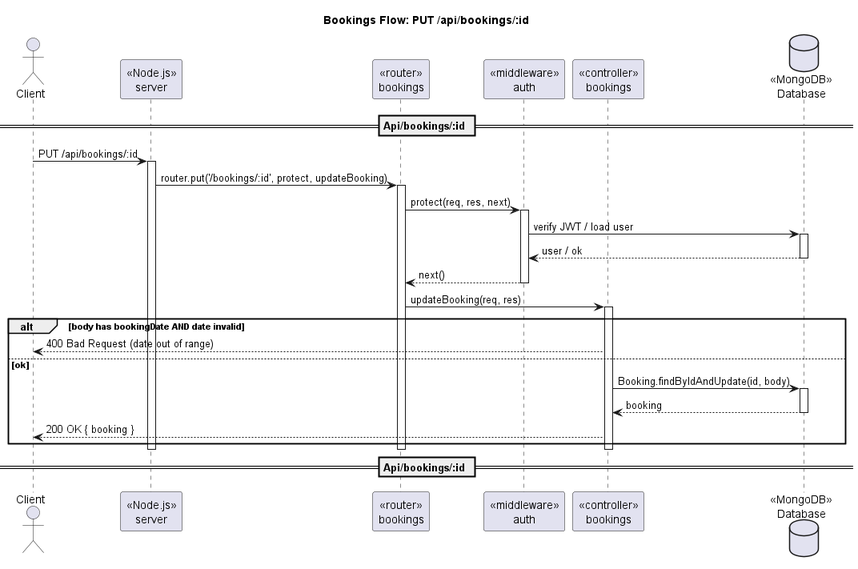
This is out/docs/diagram/sequence/seq_bookings_id_put.png from 098ff/ArtmaybeDEV, a PlantUML export, as it was before one commit.
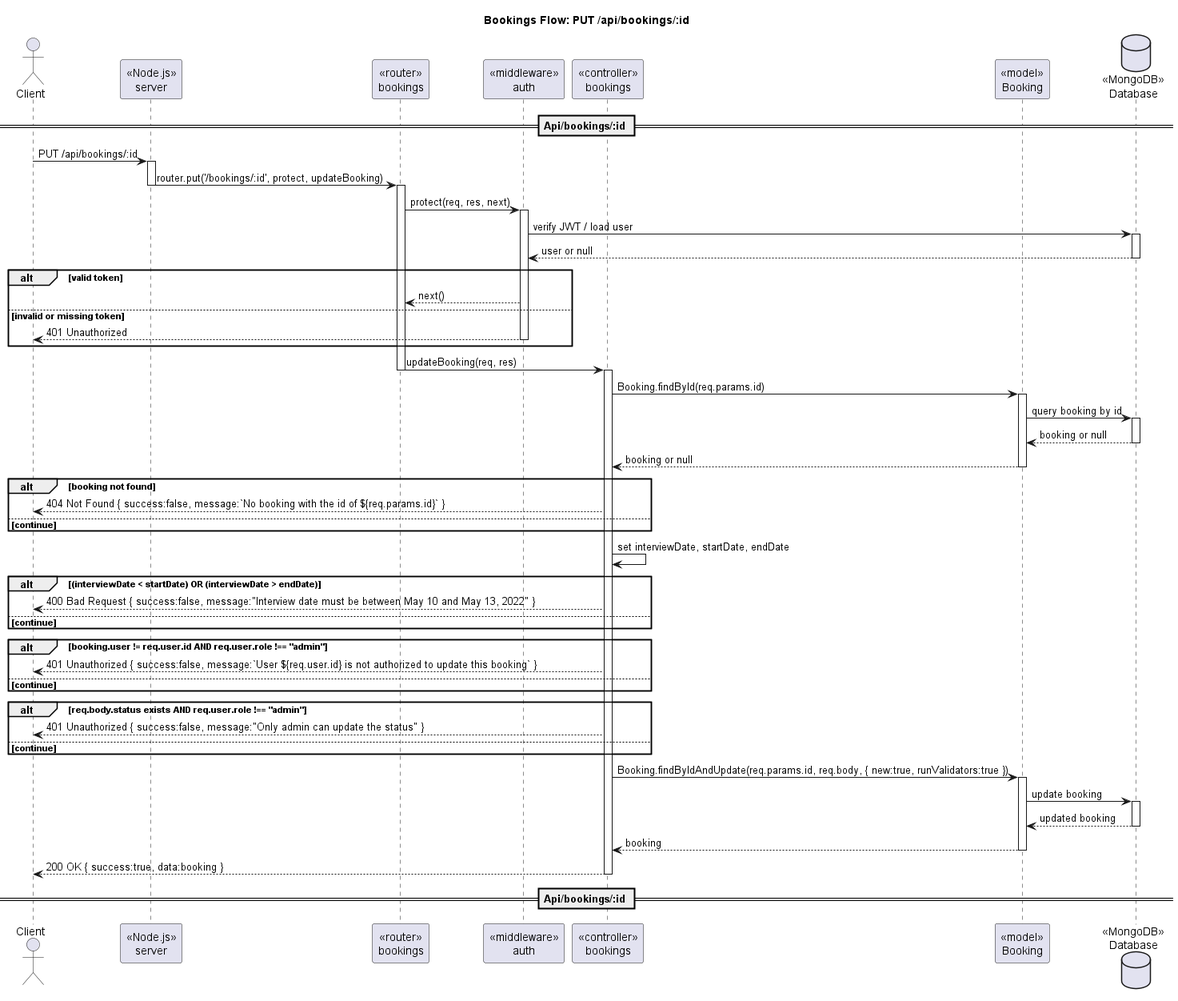
Later version of the same file.

What changed in the source:
```diff
@@ -5,32 +5,85 @@
 participant "«router»\nbookings" as Router
 participant "«middleware»\nauth" as AuthMW
 participant "«controller»\nbookings" as Ctrl
+participant "«model»\nBooking" as BookingModel
 database "«MongoDB»\nDatabase" as DB
 
 == Api/bookings/:id ==
 Client -> Server : PUT /api/bookings/:id
 activate Server
 Server -> Router : router.put('/bookings/:id', protect, updateBooking)
+deactivate Server
 activate Router
+
 Router -> AuthMW : protect(req, res, next)
 activate AuthMW
 AuthMW -> DB : verify JWT / load user
 activate DB
-DB --> AuthMW : user / ok
+DB --> AuthMW : user or null
 deactivate DB
-AuthMW --> Router : next()
+
+alt valid token
+  AuthMW --> Router : next()
+else invalid or missing token
+  AuthMW --> Client : 401 Unauthorized
+  deactivate AuthMW
+end
 deactivate AuthMW
+
 Router -> Ctrl : updateBooking(req, res)
+deactivate Router
 activate Ctrl
-alt body has bookingDate AND date invalid
-  Ctrl --> Client : 400 Bad Request (date out of range)
-else ok
-  Ctrl -> DB : Booking.findByIdAndUpdate(id, body)
-  activate DB
-  DB --> Ctrl : booking
-  deactivate DB
-  Ctrl --> Client : 200 OK { booking }
+
+Ctrl -> BookingModel : Booking.findById(req.params.id)
+activate BookingModel
+BookingModel -> DB : query booking by id
+activate DB
+DB --> BookingModel : booking or null
+deactivate DB
+BookingModel --> Ctrl : booking or null
+deactivate BookingModel
+
+alt booking not found
+  Ctrl --> Client : 404 Not Found { success:false, message:`No booking with the id of ${req.params.id}` }
+  deactivate Router
+  deactivate Server
+else continue
 end
+
+Ctrl -> Ctrl : set interviewDate, startDate, endDate
+
+alt (interviewDate < startDate) OR (interviewDate > endDate)
+  Ctrl --> Client : 400 Bad Request { success:false, message:"Interview date must be between May 10 and May 13, 2022" }
+  deactivate Router
+  deactivate Server
+else continue
+end
+
+alt booking.user != req.user.id AND req.user.role !== "admin"
+  Ctrl --> Client : 401 Unauthorized { success:false, message:`User ${req.user.id} is not authorized to update this booking` }
+  deactivate Router
+  deactivate Server
+else continue
+end
+
+alt req.body.status exists AND req.user.role !== "admin"
+  Ctrl --> Client : 401 Unauthorized { success:false, message:"Only admin can update the status" }
+  deactivate Router
+  deactivate Server
+else continue
+end
+
+Ctrl -> BookingModel : Booking.findByIdAndUpdate(req.params.id, req.body, { new:true, runValidators:true })
+activate BookingModel
+BookingModel -> DB : update booking
+activate DB
+DB --> BookingModel : updated booking
+deactivate DB
+BookingModel --> Ctrl : booking
+deactivate BookingModel
+
+Ctrl --> Client : 200 OK { success:true, data:booking }
+
 deactivate Ctrl
 deactivate Router
 deactivate Server
```
